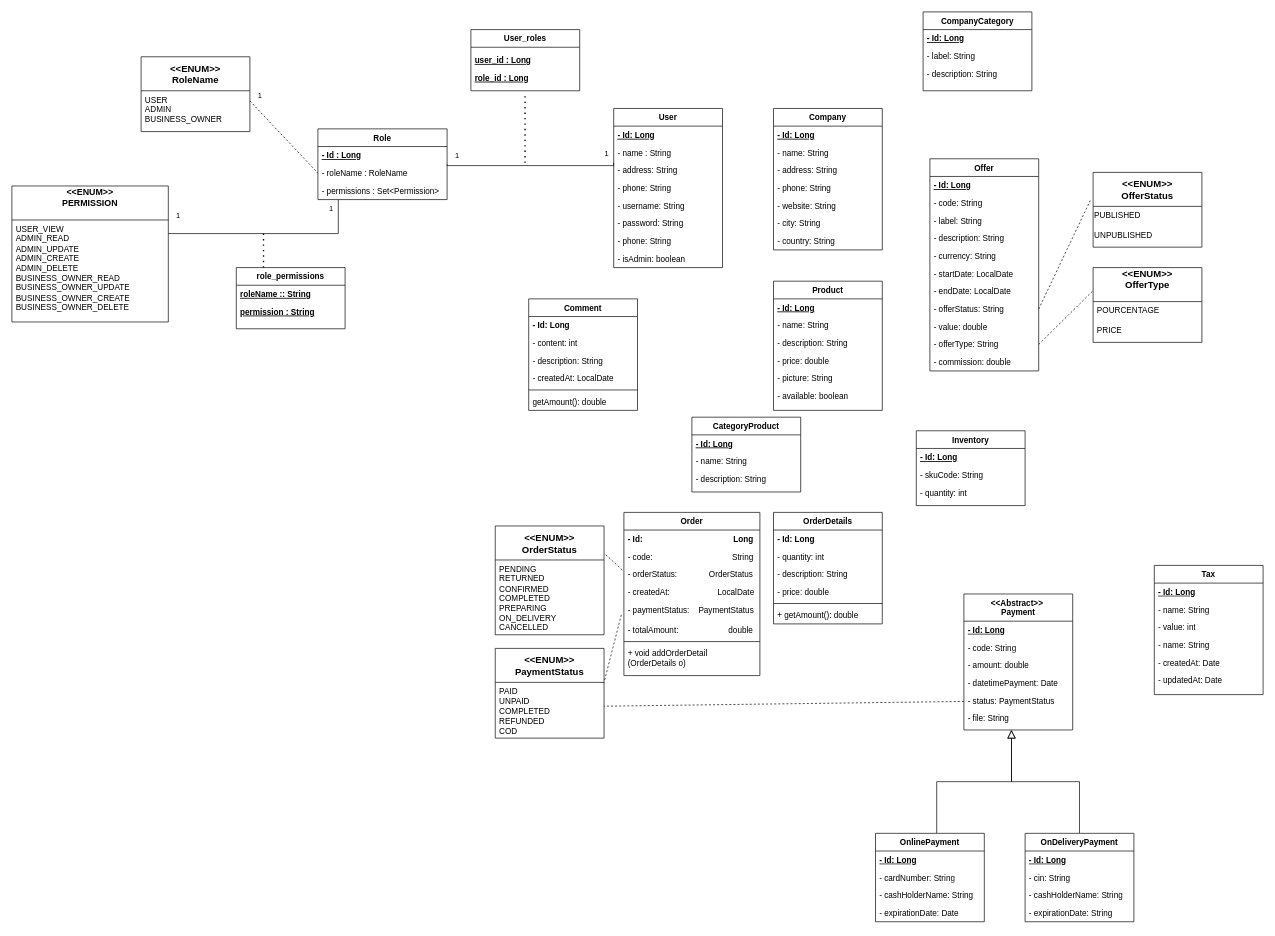
amine-elarass49/angular_doc keeps this draw.io diagram as class_diagram(1)(1).drawio. Above is the earlier version. Source tidied: cells renumbered, new cells numbered last; positions are measured from the earlier drawing's top-left corner, leaving out a move shared by most shapes. Both pictures are drawn from the tidied source at 68%, with x=0, y=0 at pixel (12, 12).
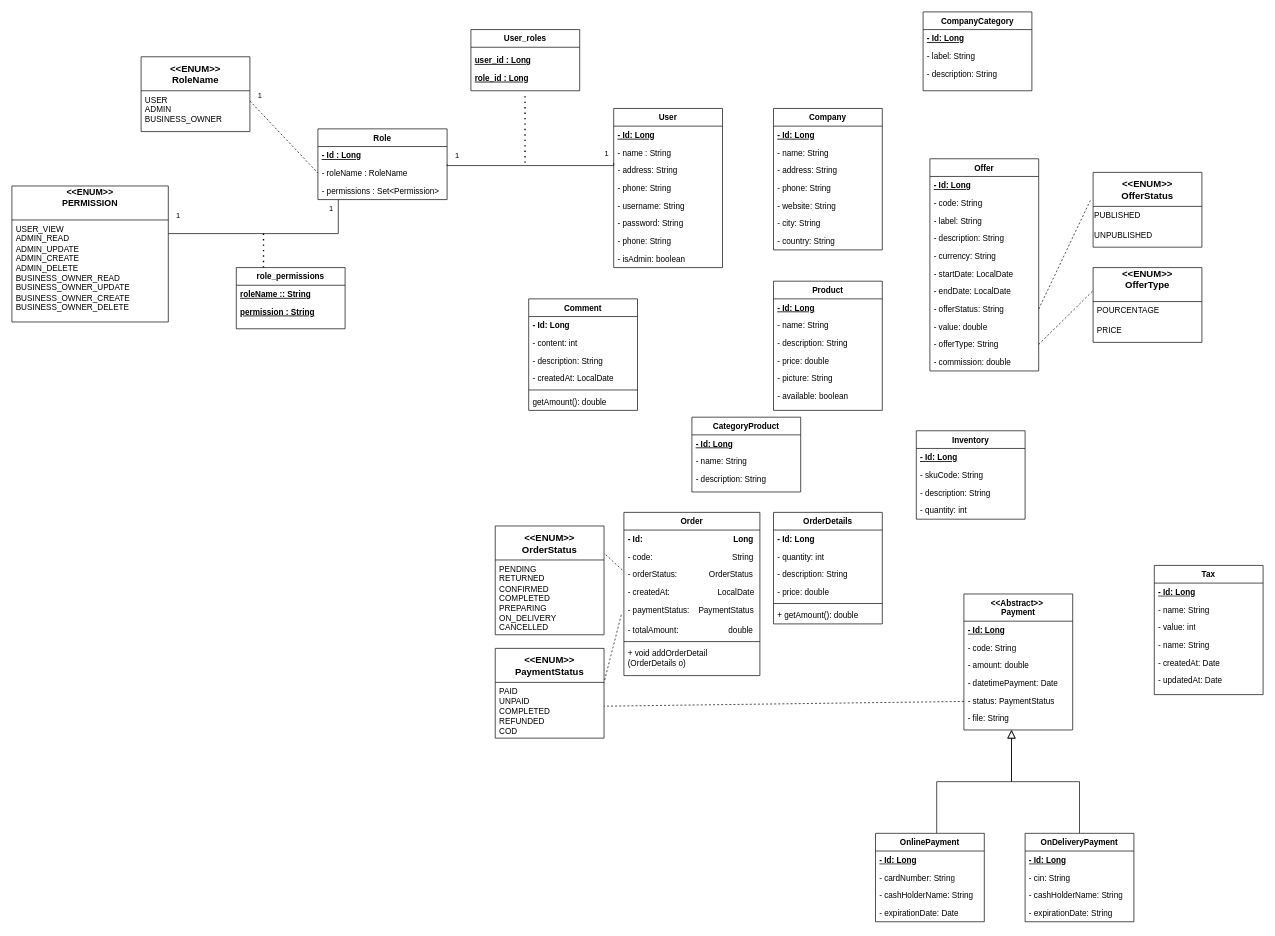
The same diagram, later.

Change to the diagram source:
```diff
@@
     <mxCell id="58" value="Inventory" style="swimlane;fontStyle=1;align=center;verticalAlign=top;horizontal=1;startSize=26;rounded=0;shadow=0;strokeWidth=1;" parent="1" vertex="1">
-      <mxGeometry x="1330" y="616" width="160" height="110" as="geometry" />
+      <mxGeometry x="1330" y="616" width="160" height="130" as="geometry" />
     </mxCell>
@@
-    <mxCell id="61" value="- quantity: int" style="text;align=left;verticalAlign=top;spacingLeft=4;spacingRight=4;overflow=hidden;rounded=0;shadow=0;html=0;" parent="58" vertex="1">
+    <mxCell id="61" value="- description: String" style="text;align=left;verticalAlign=top;spacingLeft=4;spacingRight=4;overflow=hidden;rounded=0;shadow=0;html=0;" parent="58" vertex="1">
       <mxGeometry y="78" width="160" height="26" as="geometry" />
     </mxCell>
+    <mxCell id="136" value="- quantity: int" style="text;align=left;verticalAlign=top;spacingLeft=4;spacingRight=4;overflow=hidden;rounded=0;shadow=0;html=0;" parent="58" vertex="1">
+      <mxGeometry y="104" width="160" height="26" as="geometry" />
+    </mxCell>
```
